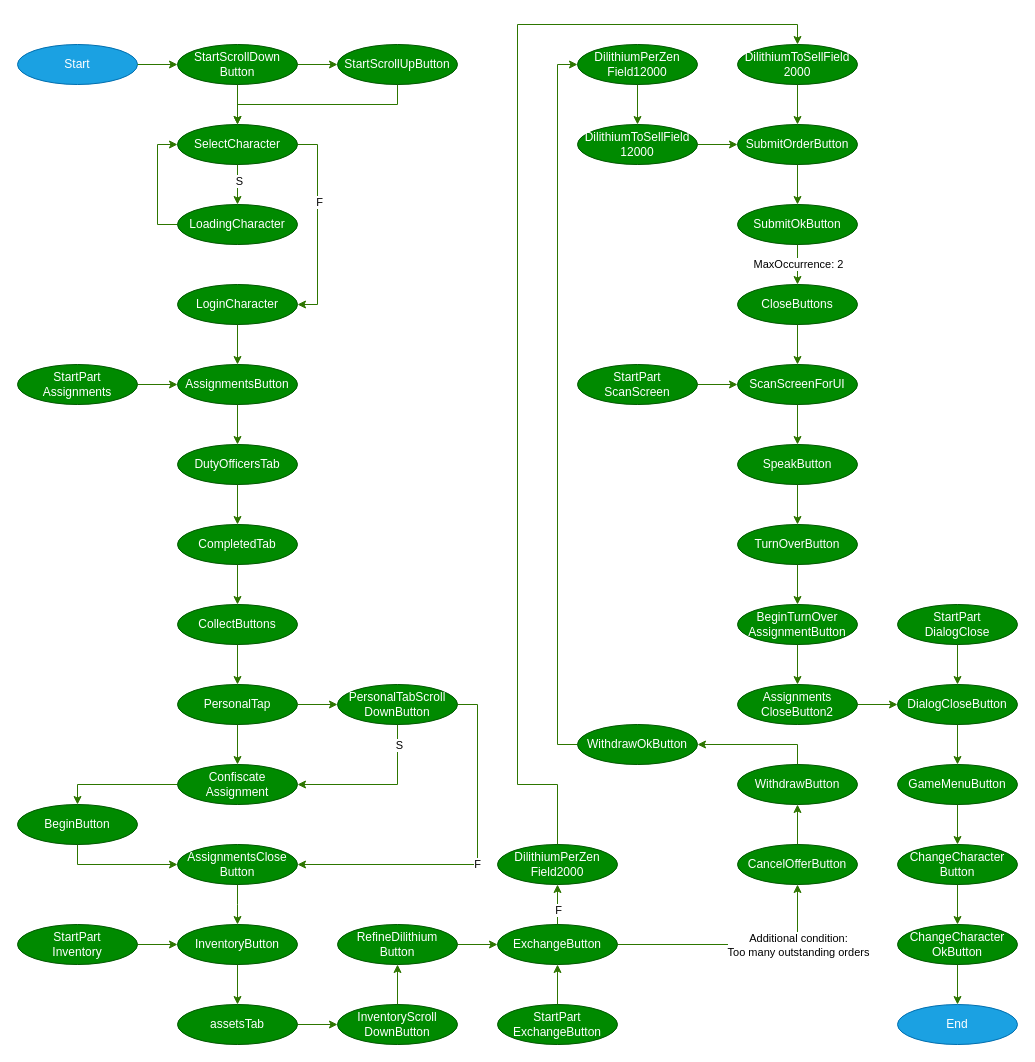
The draw.io diagram AutoFarmer.drawio in Tomaszon/AutoFarmer, before the edit. Source tidied: cells renumbered, new cells numbered last; positions are measured from the earlier drawing's top-left corner, leaving out a move shared by most shapes. Both pictures are drawn from the tidied source at 100%, with x=0, y=0 at pixel (17, 24).
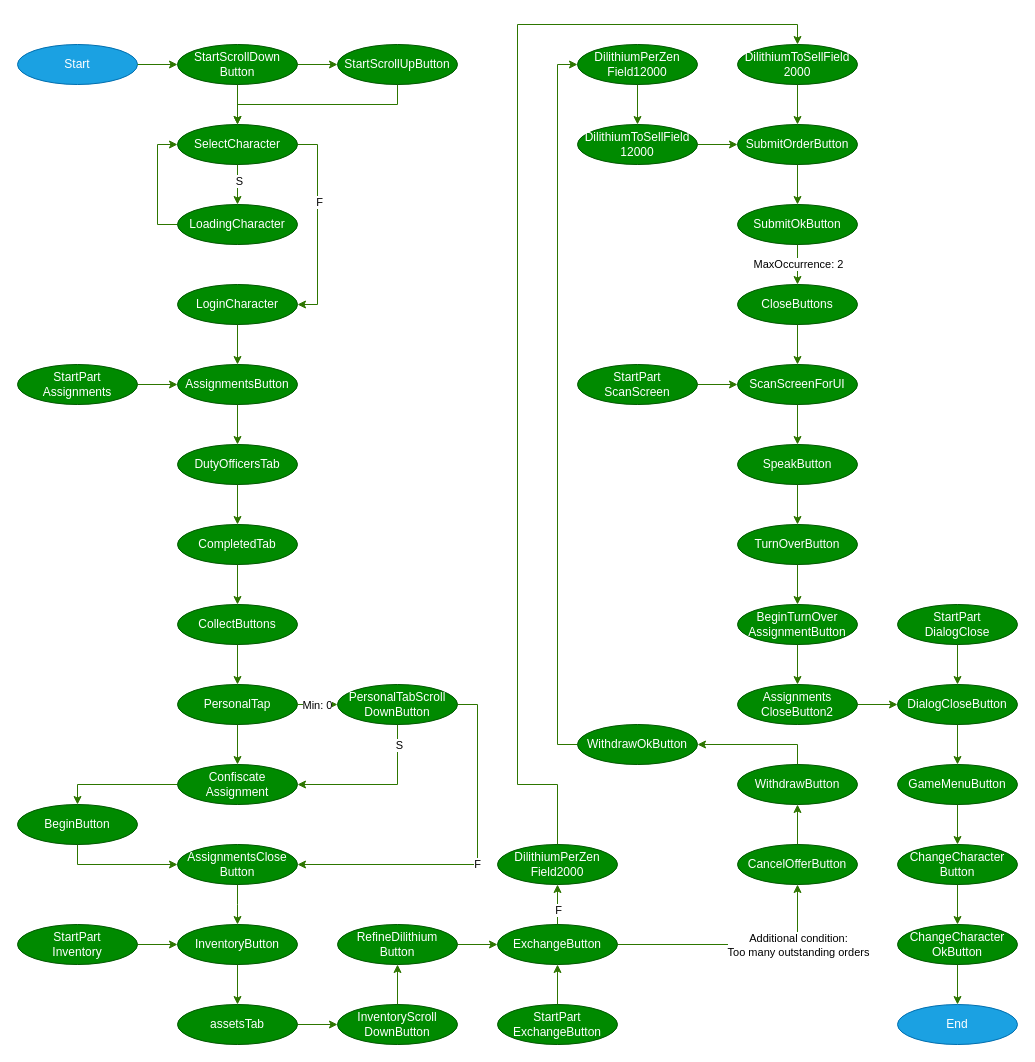
Above is the later version.

The change refers to these unchanged cells:
```xml
<mxCell id="89" style="endArrow=classic;html=1;entryX=0;entryY=0.5;entryDx=0;entryDy=0;exitX=1;exitY=0.5;exitDx=0;exitDy=0;fillColor=#60a917;strokeColor=#2D7600;" parent="1" edge="1" source="16" target="88">
  <mxGeometry relative="1" as="geometry" />
</mxCell>
```

Diff of the diagram source:
```diff
@@
+    <mxCell id="102" value="Min: 0" style="edgeLabel;html=1;align=center;verticalAlign=middle;" parent="89" vertex="1">
+      <mxGeometry x="-0.04" relative="1" as="geometry" />
+    </mxCell>
```
